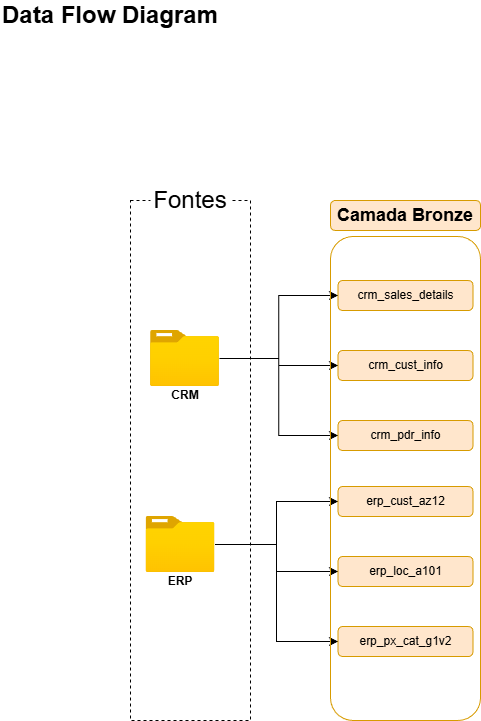
This is docs/data_flow.png from EmidioLP/sql-data-warehouse-project, a draw.io export, as it was before one commit. Source tidied: cells renumbered, new cells last; positions are measured from the earlier drawing's top-left corner, leaving out a move shared by most shapes. The source it was exported from:
```xml
<mxGraphModel>
  <root>
    <mxCell id="0" />
    <mxCell id="1" parent="0" />
    <mxCell id="2" value="&lt;font style=&quot;font-size: 24px;&quot;&gt;&lt;b&gt;Data Flow Diagram&lt;/b&gt;&lt;/font&gt;" style="text;html=1;whiteSpace=wrap;strokeColor=none;fillColor=none;align=left;verticalAlign=middle;rounded=0;" parent="1" vertex="1">
      <mxGeometry width="240" height="30" as="geometry" />
    </mxCell>
    <mxCell id="3" style="rounded=0;whiteSpace=wrap;html=1;strokeColor=default;fillColor=none;dashed=1;" parent="1" vertex="1">
      <mxGeometry x="130" y="200" width="120" height="520" as="geometry" />
    </mxCell>
    <mxCell id="4" value="&lt;font style=&quot;font-size: 24px;&quot;&gt;Fontes&lt;/font&gt;" style="rounded=1;whiteSpace=wrap;html=1;strokeColor=none;" parent="1" vertex="1">
      <mxGeometry x="150" y="180" width="80" height="40" as="geometry" />
    </mxCell>
    <mxCell id="5" style="edgeStyle=orthogonalEdgeStyle;rounded=0;jettySize=auto;html=1;entryX=0;entryY=0.5;entryDx=0;entryDy=0;" parent="1" edge="1" source="8" target="17">
      <mxGeometry relative="1" as="geometry" />
    </mxCell>
    <mxCell id="6" style="edgeStyle=orthogonalEdgeStyle;rounded=0;jettySize=auto;html=1;entryX=0;entryY=0.5;entryDx=0;entryDy=0;" parent="1" edge="1" source="8" target="18">
      <mxGeometry relative="1" as="geometry" />
    </mxCell>
    <mxCell id="7" style="edgeStyle=orthogonalEdgeStyle;rounded=0;jettySize=auto;html=1;entryX=0;entryY=0.5;entryDx=0;entryDy=0;" parent="1" edge="1" source="8" target="19">
      <mxGeometry relative="1" as="geometry" />
    </mxCell>
    <mxCell id="8" style="image;html=1;points=[];align=center;fontSize=12;image=img/lib/azure2/general/Folder_Blank.svg;" parent="1" vertex="1">
      <mxGeometry x="150" y="330" width="69" height="56" as="geometry" />
    </mxCell>
    <mxCell id="9" value="&lt;b&gt;CRM&lt;/b&gt;" style="text;html=1;whiteSpace=wrap;strokeColor=none;fillColor=none;align=center;verticalAlign=middle;rounded=0;" parent="1" vertex="1">
      <mxGeometry x="154.5" y="380" width="60" height="30" as="geometry" />
    </mxCell>
    <mxCell id="10" style="edgeStyle=orthogonalEdgeStyle;rounded=0;jettySize=auto;html=1;entryX=0;entryY=0.5;entryDx=0;entryDy=0;" parent="1" edge="1" source="13" target="20">
      <mxGeometry relative="1" as="geometry" />
    </mxCell>
    <mxCell id="11" style="edgeStyle=orthogonalEdgeStyle;rounded=0;jettySize=auto;html=1;entryX=0;entryY=0.5;entryDx=0;entryDy=0;" parent="1" edge="1" source="13" target="21">
      <mxGeometry relative="1" as="geometry" />
    </mxCell>
    <mxCell id="12" style="edgeStyle=orthogonalEdgeStyle;rounded=0;jettySize=auto;html=1;entryX=0;entryY=0.5;entryDx=0;entryDy=0;" parent="1" edge="1" source="13" target="22">
      <mxGeometry relative="1" as="geometry" />
    </mxCell>
    <mxCell id="13" style="image;html=1;points=[];align=center;fontSize=12;image=img/lib/azure2/general/Folder_Blank.svg;" parent="1" vertex="1">
      <mxGeometry x="145.5" y="516" width="69" height="56" as="geometry" />
    </mxCell>
    <mxCell id="14" value="&lt;b&gt;ERP&lt;/b&gt;" style="text;html=1;whiteSpace=wrap;strokeColor=none;fillColor=none;align=center;verticalAlign=middle;rounded=0;" parent="1" vertex="1">
      <mxGeometry x="150" y="566" width="60" height="30" as="geometry" />
    </mxCell>
    <mxCell id="15" style="rounded=1;whiteSpace=wrap;html=1;fillColor=none;strokeColor=#d79b00;" parent="1" vertex="1">
      <mxGeometry x="330" y="236" width="150" height="484" as="geometry" />
    </mxCell>
    <mxCell id="16" value="&lt;b&gt;&lt;font style=&quot;font-size: 18px;&quot;&gt;Camada Bronze&lt;/font&gt;&lt;/b&gt;" style="rounded=1;whiteSpace=wrap;html=1;fillColor=#ffe6cc;strokeColor=#d79b00;align=center;" parent="1" vertex="1">
      <mxGeometry x="330" y="200" width="150" height="30" as="geometry" />
    </mxCell>
    <mxCell id="17" value="&lt;font style=&quot;&quot;&gt;crm_sales_details&lt;/font&gt;" style="rounded=1;whiteSpace=wrap;html=1;fillColor=#ffe6cc;strokeColor=#d79b00;align=center;" parent="1" vertex="1">
      <mxGeometry x="337.5" y="280" width="135" height="30" as="geometry" />
    </mxCell>
    <mxCell id="18" value="&lt;font style=&quot;&quot;&gt;crm_cust_info&lt;/font&gt;" style="rounded=1;whiteSpace=wrap;html=1;fillColor=#ffe6cc;strokeColor=#d79b00;align=center;" parent="1" vertex="1">
      <mxGeometry x="337.5" y="350" width="135" height="30" as="geometry" />
    </mxCell>
    <mxCell id="19" value="crm_pdr_info" style="rounded=1;whiteSpace=wrap;html=1;fillColor=#ffe6cc;strokeColor=#d79b00;align=center;" parent="1" vertex="1">
      <mxGeometry x="337.5" y="420" width="135" height="30" as="geometry" />
    </mxCell>
    <mxCell id="20" value="&lt;font style=&quot;&quot;&gt;erp_cust_az12&lt;/font&gt;" style="rounded=1;whiteSpace=wrap;html=1;fillColor=#ffe6cc;strokeColor=#d79b00;align=center;" parent="1" vertex="1">
      <mxGeometry x="337.5" y="486" width="135" height="30" as="geometry" />
    </mxCell>
    <mxCell id="21" value="&lt;font style=&quot;&quot;&gt;erp_loc_a101&lt;/font&gt;" style="rounded=1;whiteSpace=wrap;html=1;fillColor=#ffe6cc;strokeColor=#d79b00;align=center;" parent="1" vertex="1">
      <mxGeometry x="337.5" y="556" width="135" height="30" as="geometry" />
    </mxCell>
    <mxCell id="22" value="erp_px_cat_g1v2" style="rounded=1;whiteSpace=wrap;html=1;fillColor=#ffe6cc;strokeColor=#d79b00;align=center;" parent="1" vertex="1">
      <mxGeometry x="337.5" y="626" width="135" height="30" as="geometry" />
    </mxCell>
  </root>
</mxGraphModel>
```
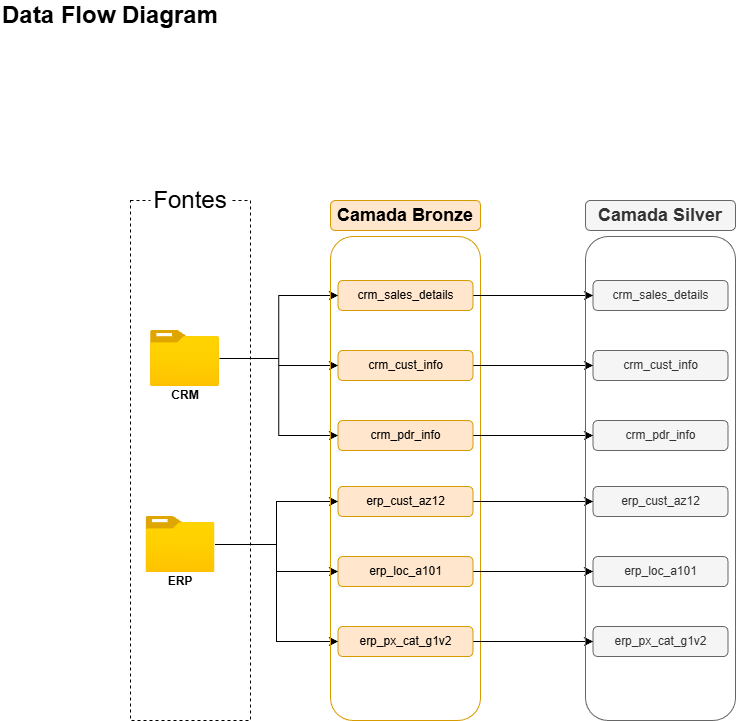
The same file after the commit.

Commit message:
Diagrama de data flow atualizado

Diff of the diagram source:
```diff
@@ -47,23 +47,65 @@
     <mxCell id="16" value="&lt;b&gt;&lt;font style=&quot;font-size: 18px;&quot;&gt;Camada Bronze&lt;/font&gt;&lt;/b&gt;" style="rounded=1;whiteSpace=wrap;html=1;fillColor=#ffe6cc;strokeColor=#d79b00;align=center;" parent="1" vertex="1">
       <mxGeometry x="330" y="200" width="150" height="30" as="geometry" />
     </mxCell>
+    <mxCell id="23" style="edgeStyle=orthogonalEdgeStyle;rounded=0;jettySize=auto;html=1;exitX=1;exitY=0.5;exitDx=0;exitDy=0;" parent="1" edge="1" source="17" target="31">
+      <mxGeometry relative="1" as="geometry" />
+    </mxCell>
     <mxCell id="17" value="&lt;font style=&quot;&quot;&gt;crm_sales_details&lt;/font&gt;" style="rounded=1;whiteSpace=wrap;html=1;fillColor=#ffe6cc;strokeColor=#d79b00;align=center;" parent="1" vertex="1">
       <mxGeometry x="337.5" y="280" width="135" height="30" as="geometry" />
     </mxCell>
+    <mxCell id="24" style="edgeStyle=orthogonalEdgeStyle;rounded=0;jettySize=auto;html=1;exitX=1;exitY=0.5;exitDx=0;exitDy=0;entryX=0;entryY=0.5;entryDx=0;entryDy=0;" parent="1" edge="1" source="18" target="32">
+      <mxGeometry relative="1" as="geometry" />
+    </mxCell>
     <mxCell id="18" value="&lt;font style=&quot;&quot;&gt;crm_cust_info&lt;/font&gt;" style="rounded=1;whiteSpace=wrap;html=1;fillColor=#ffe6cc;strokeColor=#d79b00;align=center;" parent="1" vertex="1">
       <mxGeometry x="337.5" y="350" width="135" height="30" as="geometry" />
     </mxCell>
+    <mxCell id="25" style="edgeStyle=orthogonalEdgeStyle;rounded=0;jettySize=auto;html=1;exitX=1;exitY=0.5;exitDx=0;exitDy=0;entryX=0;entryY=0.5;entryDx=0;entryDy=0;" parent="1" edge="1" source="19" target="33">
+      <mxGeometry relative="1" as="geometry" />
+    </mxCell>
     <mxCell id="19" value="crm_pdr_info" style="rounded=1;whiteSpace=wrap;html=1;fillColor=#ffe6cc;strokeColor=#d79b00;align=center;" parent="1" vertex="1">
       <mxGeometry x="337.5" y="420" width="135" height="30" as="geometry" />
     </mxCell>
+    <mxCell id="26" style="edgeStyle=orthogonalEdgeStyle;rounded=0;jettySize=auto;html=1;exitX=1;exitY=0.5;exitDx=0;exitDy=0;entryX=0;entryY=0.5;entryDx=0;entryDy=0;" parent="1" edge="1" source="20" target="34">
+      <mxGeometry relative="1" as="geometry" />
+    </mxCell>
     <mxCell id="20" value="&lt;font style=&quot;&quot;&gt;erp_cust_az12&lt;/font&gt;" style="rounded=1;whiteSpace=wrap;html=1;fillColor=#ffe6cc;strokeColor=#d79b00;align=center;" parent="1" vertex="1">
       <mxGeometry x="337.5" y="486" width="135" height="30" as="geometry" />
     </mxCell>
+    <mxCell id="27" style="edgeStyle=orthogonalEdgeStyle;rounded=0;jettySize=auto;html=1;exitX=1;exitY=0.5;exitDx=0;exitDy=0;entryX=0;entryY=0.5;entryDx=0;entryDy=0;" parent="1" edge="1" source="21" target="35">
+      <mxGeometry relative="1" as="geometry" />
+    </mxCell>
     <mxCell id="21" value="&lt;font style=&quot;&quot;&gt;erp_loc_a101&lt;/font&gt;" style="rounded=1;whiteSpace=wrap;html=1;fillColor=#ffe6cc;strokeColor=#d79b00;align=center;" parent="1" vertex="1">
       <mxGeometry x="337.5" y="556" width="135" height="30" as="geometry" />
     </mxCell>
+    <mxCell id="28" style="edgeStyle=orthogonalEdgeStyle;rounded=0;jettySize=auto;html=1;exitX=1;exitY=0.5;exitDx=0;exitDy=0;" parent="1" edge="1" source="22" target="36">
+      <mxGeometry relative="1" as="geometry" />
+    </mxCell>
     <mxCell id="22" value="erp_px_cat_g1v2" style="rounded=1;whiteSpace=wrap;html=1;fillColor=#ffe6cc;strokeColor=#d79b00;align=center;" parent="1" vertex="1">
       <mxGeometry x="337.5" y="626" width="135" height="30" as="geometry" />
     </mxCell>
+    <mxCell id="29" style="rounded=1;whiteSpace=wrap;html=1;fillColor=none;strokeColor=#666666;fontColor=#333333;" parent="1" vertex="1">
+      <mxGeometry x="585" y="236" width="150" height="484" as="geometry" />
+    </mxCell>
+    <mxCell id="30" value="&lt;b&gt;&lt;font style=&quot;font-size: 18px;&quot;&gt;Camada Silver&lt;/font&gt;&lt;/b&gt;" style="rounded=1;whiteSpace=wrap;html=1;fillColor=#f5f5f5;strokeColor=#666666;align=center;fontColor=#333333;" parent="1" vertex="1">
+      <mxGeometry x="585" y="200" width="150" height="30" as="geometry" />
+    </mxCell>
+    <mxCell id="31" value="&lt;font style=&quot;&quot;&gt;crm_sales_details&lt;/font&gt;" style="rounded=1;whiteSpace=wrap;html=1;fillColor=#f5f5f5;strokeColor=#666666;align=center;fontColor=#333333;" parent="1" vertex="1">
+      <mxGeometry x="592.5" y="280" width="135" height="30" as="geometry" />
+    </mxCell>
+    <mxCell id="32" value="&lt;font style=&quot;&quot;&gt;crm_cust_info&lt;/font&gt;" style="rounded=1;whiteSpace=wrap;html=1;fillColor=#f5f5f5;strokeColor=#666666;align=center;fontColor=#333333;" parent="1" vertex="1">
+      <mxGeometry x="592.5" y="350" width="135" height="30" as="geometry" />
+    </mxCell>
+    <mxCell id="33" value="crm_pdr_info" style="rounded=1;whiteSpace=wrap;html=1;fillColor=#f5f5f5;strokeColor=#666666;align=center;fontColor=#333333;" parent="1" vertex="1">
+      <mxGeometry x="592.5" y="420" width="135" height="30" as="geometry" />
+    </mxCell>
+    <mxCell id="34" value="&lt;font style=&quot;&quot;&gt;erp_cust_az12&lt;/font&gt;" style="rounded=1;whiteSpace=wrap;html=1;fillColor=#f5f5f5;strokeColor=#666666;align=center;fontColor=#333333;" parent="1" vertex="1">
+      <mxGeometry x="592.5" y="486" width="135" height="30" as="geometry" />
+    </mxCell>
+    <mxCell id="35" value="&lt;font style=&quot;&quot;&gt;erp_loc_a101&lt;/font&gt;" style="rounded=1;whiteSpace=wrap;html=1;fillColor=#f5f5f5;strokeColor=#666666;align=center;fontColor=#333333;" parent="1" vertex="1">
+      <mxGeometry x="592.5" y="556" width="135" height="30" as="geometry" />
+    </mxCell>
+    <mxCell id="36" value="erp_px_cat_g1v2" style="rounded=1;whiteSpace=wrap;html=1;fillColor=#f5f5f5;strokeColor=#666666;align=center;fontColor=#333333;" parent="1" vertex="1">
+      <mxGeometry x="592.5" y="626" width="135" height="30" as="geometry" />
+    </mxCell>
   </root>
 </mxGraphModel>
```
